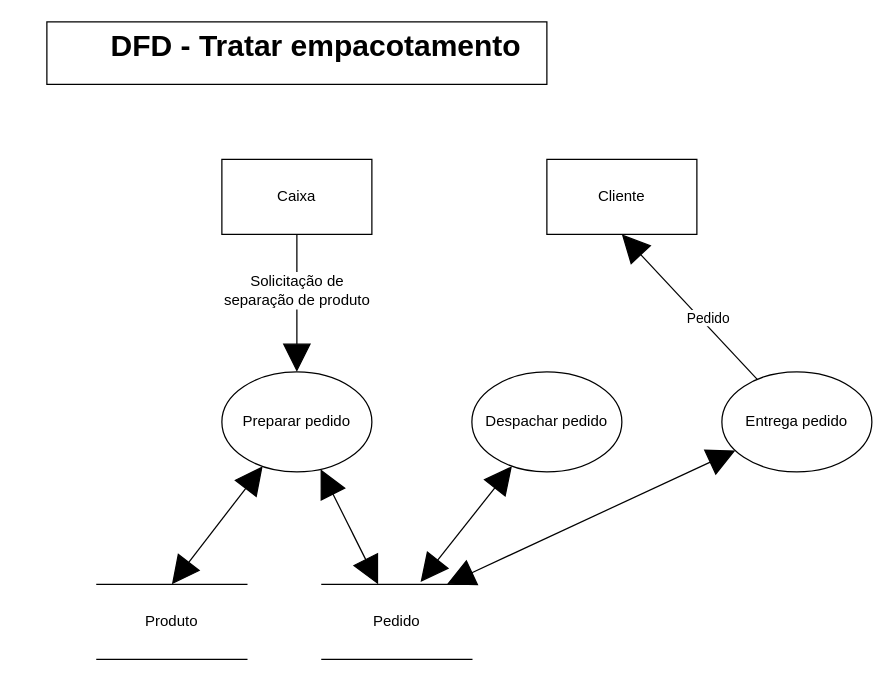
Earlier version of the draw.io diagram Documentation/DFD Essencial para cada Capacidade/DFD Tratar Empacotamento.drawio (Systematicos/FindingApp). Source tidied: cells renumbered, new cells numbered last; positions are measured from the earlier drawing's top-left corner, leaving out a move shared by most shapes. Both pictures are drawn from the tidied source at 125%, with x=0, y=0 at pixel (46, 21).
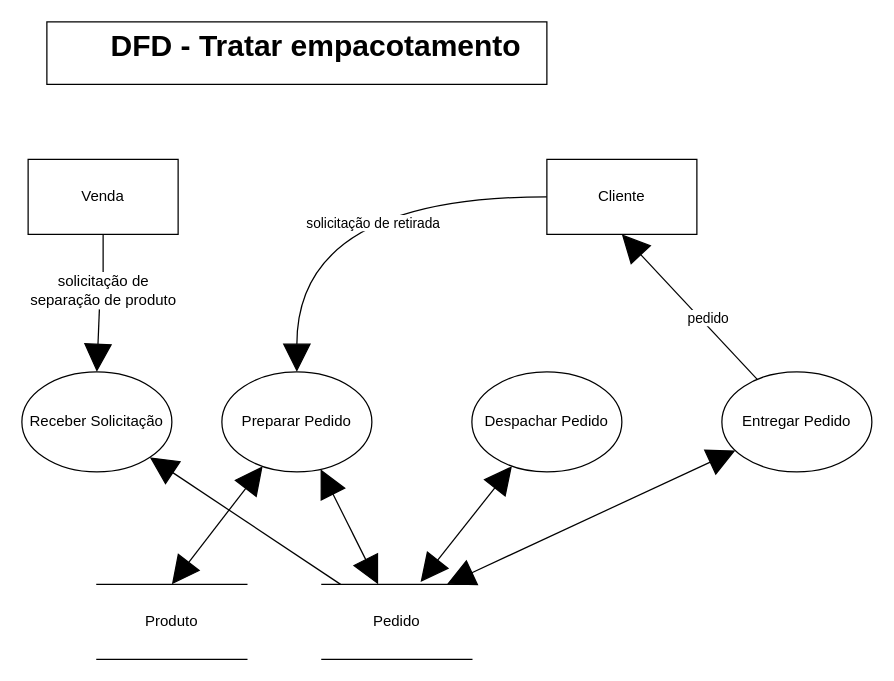
After the change.

The change refers to these unchanged cells:
```xml
<mxCell id="6" value="Pedido" style="shape=partialRectangle;whiteSpace=wrap;html=1;left=0;right=0;fillColor=none;" parent="1" vertex="1">
  <mxGeometry x="220" y="450" width="120" height="60" as="geometry" />
</mxCell>
<mxCell id="9" style="edgeStyle=none;rounded=0;jettySize=auto;html=1;entryX=0.5;entryY=1;entryDx=0;entryDy=0;startArrow=none;startFill=0;startSize=20;endArrow=block;endFill=1;endSize=20;strokeColor=#000000;" parent="1" edge="1" source="12" target="13">
  <mxGeometry relative="1" as="geometry" />
</mxCell>
<mxCell id="13" value="Cliente" style="rounded=0;whiteSpace=wrap;html=1;" parent="1" vertex="1">
  <mxGeometry x="400" y="110" width="120" height="60" as="geometry" />
</mxCell>
```

Diff of the diagram source:
```diff
@@
-    <mxCell id="4" value="Preparar pedido" style="ellipse;whiteSpace=wrap;html=1;" parent="1" vertex="1">
+    <mxCell id="4" value="Preparar Pedido" style="ellipse;whiteSpace=wrap;html=1;" parent="1" vertex="1">
       <mxGeometry x="140" y="280" width="120" height="80" as="geometry" />
     </mxCell>
@@
-    <mxCell id="8" value="Despachar pedido" style="ellipse;whiteSpace=wrap;html=1;" parent="1" vertex="1">
+    <mxCell id="8" value="Despachar Pedido" style="ellipse;whiteSpace=wrap;html=1;" parent="1" vertex="1">
       <mxGeometry x="340" y="280" width="120" height="80" as="geometry" />
     </mxCell>
@@
-    <mxCell id="10" value="Pedido" style="edgeLabel;html=1;align=center;verticalAlign=middle;" parent="9" vertex="1">
+    <mxCell id="10" value="pedido" style="edgeLabel;html=1;align=center;verticalAlign=middle;" parent="9" vertex="1">
       <mxGeometry x="-0.2" y="-5" relative="1" as="geometry" />
     </mxCell>
@@
-    <mxCell id="12" value="Entrega pedido" style="ellipse;whiteSpace=wrap;html=1;" parent="1" vertex="1">
+    <mxCell id="12" value="Entregar Pedido" style="ellipse;whiteSpace=wrap;html=1;" parent="1" vertex="1">
       <mxGeometry x="540" y="280" width="120" height="80" as="geometry" />
     </mxCell>
+    <mxCell id="20" style="edgeStyle=orthogonalEdgeStyle;rounded=0;jettySize=auto;html=1;exitX=0;exitY=0.5;exitDx=0;exitDy=0;startArrow=none;startFill=0;startSize=20;endArrow=block;endFill=1;endSize=20;curved=1;" parent="1" edge="1" source="13" target="4">
+      <mxGeometry relative="1" as="geometry" />
+    </mxCell>
+    <mxCell id="21" value="solicitação de retirada" style="edgeLabel;html=1;align=center;verticalAlign=middle;" parent="20" vertex="1">
+      <mxGeometry x="-0.33" y="14" relative="1" as="geometry">
+        <mxPoint x="-26" y="6" as="offset" />
+      </mxGeometry>
+    </mxCell>
@@
-    <mxCell id="14" style="edgeStyle=orthogonalEdgeStyle;rounded=0;jettySize=auto;html=1;entryX=0.5;entryY=0;entryDx=0;entryDy=0;startArrow=none;startFill=0;strokeWidth=1;endArrow=block;endFill=1;endSize=20;" parent="1" edge="1" source="16" target="4">
-      <mxGeometry relative="1" as="geometry">
-        <Array as="points">
-          <mxPoint x="200" y="230" />
-          <mxPoint x="200" y="230" />
-        </Array>
-      </mxGeometry>
-    </mxCell>
+    <mxCell id="17" style="edgeStyle=none;rounded=0;jettySize=auto;html=1;exitX=0.5;exitY=1;exitDx=0;exitDy=0;entryX=0.5;entryY=0;entryDx=0;entryDy=0;entryPerimeter=0;startArrow=none;startFill=0;startSize=20;endArrow=none;endFill=0;endSize=20;" parent="1" edge="1" source="15" target="16">
+      <mxGeometry relative="1" as="geometry" />
+    </mxCell>
-    <mxCell id="15" value="Caixa" style="rounded=0;whiteSpace=wrap;html=1;" parent="1" vertex="1">
-      <mxGeometry x="140" y="110" width="120" height="60" as="geometry" />
+    <mxCell id="15" value="Venda" style="rounded=0;whiteSpace=wrap;html=1;" parent="1" vertex="1">
+      <mxGeometry x="-15" y="110" width="120" height="60" as="geometry" />
     </mxCell>
-    <mxCell id="16" value="Solicitação de &lt;br&gt;separação de produto" style="text;html=1;align=center;verticalAlign=middle;points=[];" parent="1" vertex="1">
-      <mxGeometry x="135" y="200" width="130" height="30" as="geometry" />
+    <mxCell id="16" value="solicitação de &lt;br&gt;separação de produto" style="text;html=1;align=center;verticalAlign=middle;points=[];" parent="1" vertex="1">
+      <mxGeometry x="-20" y="200" width="130" height="30" as="geometry" />
     </mxCell>
-    <mxCell id="17" style="edgeStyle=orthogonalEdgeStyle;rounded=0;jettySize=auto;html=1;entryX=0.5;entryY=0;entryDx=0;entryDy=0;startArrow=none;startFill=0;endArrow=none;endFill=0;endSize=20;startSize=20;" parent="1" edge="1" source="15" target="16">
-      <mxGeometry relative="1" as="geometry" />
-    </mxCell>
@@
+    <mxCell id="22" style="rounded=0;jettySize=auto;html=1;startArrow=block;startFill=1;endArrow=none;endFill=0;endSize=20;startSize=20;" parent="1" edge="1" source="24" target="6">
+      <mxGeometry relative="1" as="geometry" />
+    </mxCell>
+    <mxCell id="23" style="rounded=0;jettySize=auto;html=1;exitX=0.5;exitY=0;exitDx=0;exitDy=0;entryX=0.477;entryY=1;entryDx=0;entryDy=0;entryPerimeter=0;startArrow=block;startFill=1;startSize=20;endArrow=none;endFill=0;endSize=20;" parent="1" edge="1" source="24" target="16">
+      <mxGeometry relative="1" as="geometry" />
+    </mxCell>
+    <mxCell id="24" value="Receber Solicitação" style="ellipse;whiteSpace=wrap;html=1;" parent="1" vertex="1">
+      <mxGeometry x="-20" y="280" width="120" height="80" as="geometry" />
+    </mxCell>
```
